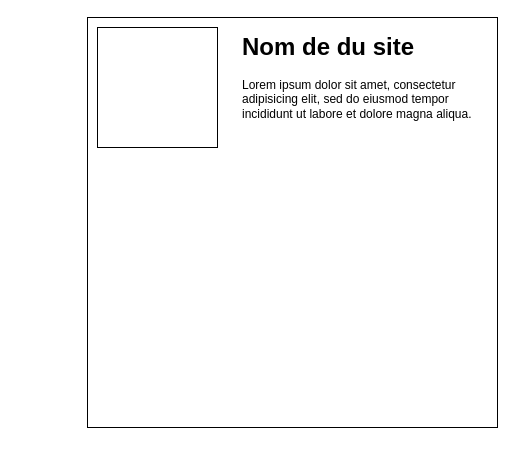
The draw.io diagram page "details-main-section" (3 of 6) of src/Autres fichiers/proto_home_21_08.drawio in arseneRuben/programmation-web-tp, before the edit. Source tidied: cells renumbered, new cells numbered last; positions are measured from the earlier drawing's top-left corner, leaving out a move shared by most shapes. Both pictures are drawn from the tidied source at 100%, with x=0, y=0 at pixel (87, 17).
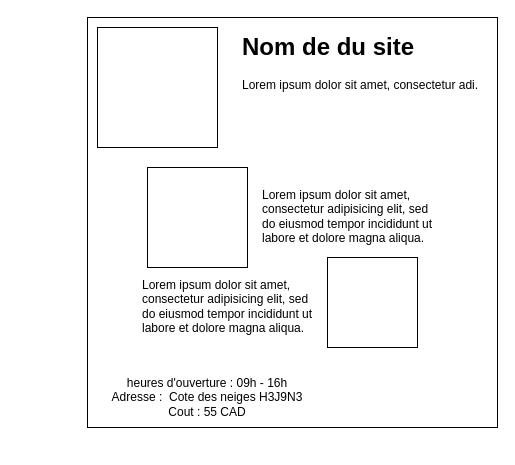
Above is the later version.

Diff of the diagram source:
```diff
@@
 <mxGraphModel>
   <root>
     <mxCell id="0" />
     <mxCell id="1" parent="0" />
     <mxCell id="2" style="whiteSpace=wrap;html=1;strokeWidth=1;" parent="1" vertex="1">
       <mxGeometry width="410" height="410" as="geometry" />
     </mxCell>
-    <mxCell id="3" value="&lt;h1&gt;Nom de du site&lt;/h1&gt;&lt;p&gt;Lorem ipsum dolor sit amet, consectetur adipisicing elit, sed do eiusmod tempor incididunt ut labore et dolore magna aliqua.&lt;/p&gt;" style="text;html=1;strokeColor=none;fillColor=none;spacing=5;spacingTop=-20;whiteSpace=wrap;overflow=hidden;rounded=0;" parent="1" vertex="1">
+    <mxCell id="3" value="&lt;h1&gt;Nom de du site&lt;/h1&gt;&lt;p&gt;Lorem ipsum dolor sit amet, consectetur adi.&lt;/p&gt;" style="text;html=1;strokeColor=none;fillColor=none;spacing=5;spacingTop=-20;whiteSpace=wrap;overflow=hidden;rounded=0;" parent="1" vertex="1">
       <mxGeometry x="150" y="10" width="250" height="130" as="geometry" />
     </mxCell>
     <mxCell id="4" style="whiteSpace=wrap;html=1;strokeWidth=1;" parent="1" vertex="1">
       <mxGeometry x="10" y="10" width="120" height="120" as="geometry" />
     </mxCell>
+    <mxCell id="5" style="whiteSpace=wrap;html=1;strokeWidth=1;" parent="1" vertex="1">
+      <mxGeometry x="60" y="150" width="100" height="100" as="geometry" />
+    </mxCell>
+    <mxCell id="6" style="whiteSpace=wrap;html=1;strokeWidth=1;" parent="1" vertex="1">
+      <mxGeometry x="240" y="240" width="90" height="90" as="geometry" />
+    </mxCell>
+    <mxCell id="7" value="heures d'ouverture : 09h - 16h&lt;br&gt;Adresse :&amp;nbsp; Cote des neiges H3J9N3&lt;br&gt;Cout : 55 CAD" style="text;html=1;strokeColor=none;fillColor=none;align=center;verticalAlign=middle;whiteSpace=wrap;rounded=0;" parent="1" vertex="1">
+      <mxGeometry x="-70" y="330" width="380" height="100" as="geometry" />
+    </mxCell>
+    <mxCell id="8" value="&lt;h1&gt;&lt;br&gt;&lt;/h1&gt;&lt;p&gt;Lorem ipsum dolor sit amet, consectetur adipisicing elit, sed do eiusmod tempor incididunt ut labore et dolore magna aliqua.&lt;/p&gt;" style="text;html=1;strokeColor=none;fillColor=none;spacing=5;spacingTop=-20;whiteSpace=wrap;overflow=hidden;rounded=0;" parent="1" vertex="1">
+      <mxGeometry x="170" y="120" width="190" height="130" as="geometry" />
+    </mxCell>
+    <mxCell id="9" value="&lt;h1&gt;&lt;br&gt;&lt;/h1&gt;&lt;p&gt;Lorem ipsum dolor sit amet, consectetur adipisicing elit, sed do eiusmod tempor incididunt ut labore et dolore magna aliqua.&lt;/p&gt;" style="text;html=1;strokeColor=none;fillColor=none;spacing=5;spacingTop=-20;whiteSpace=wrap;overflow=hidden;rounded=0;" parent="1" vertex="1">
+      <mxGeometry x="50" y="210" width="190" height="130" as="geometry" />
+    </mxCell>
   </root>
 </mxGraphModel>
```
